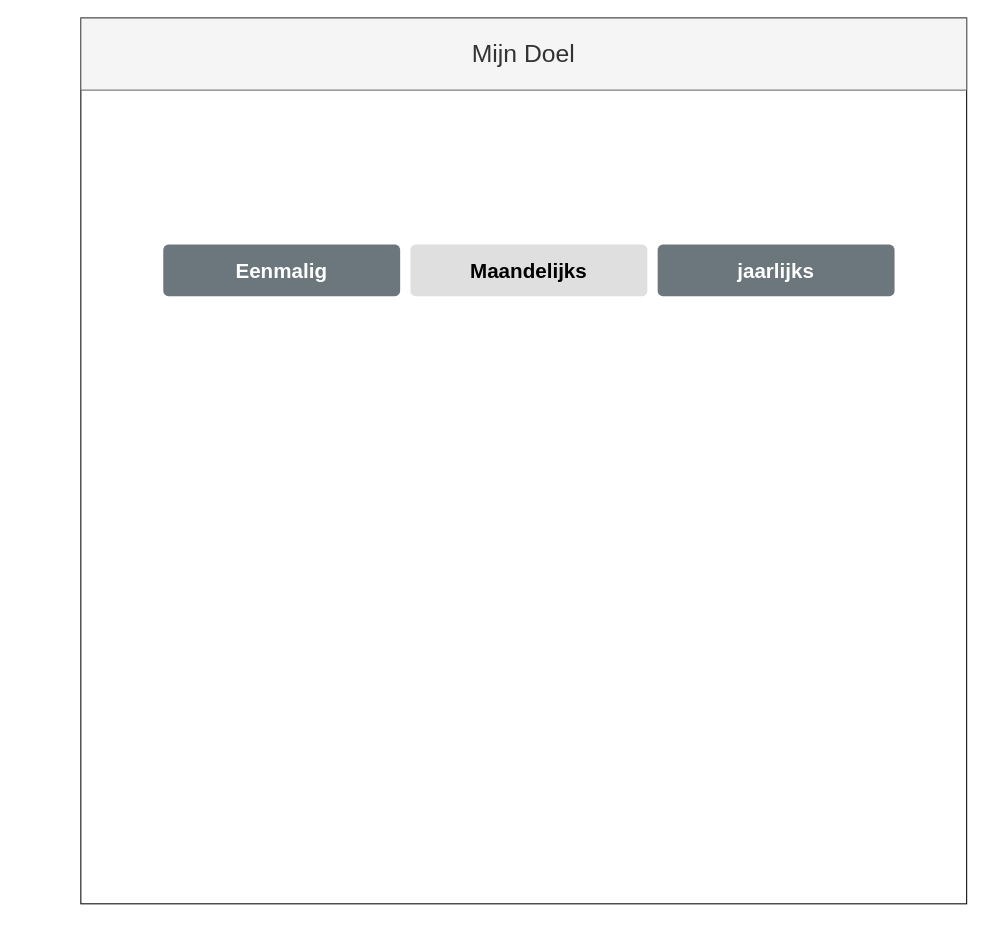
shafea87/mijnProject keeps this draw.io diagram as page "Mijn Doel" (3 of 5) of Untitled Diagram.drawio. Above is the earlier version. Source tidied: cells renumbered, new cells numbered last; positions are measured from the earlier drawing's top-left corner, leaving out a move shared by most shapes. Both pictures are drawn from the tidied source at 103%, with x=0, y=0 at pixel (80, 18).
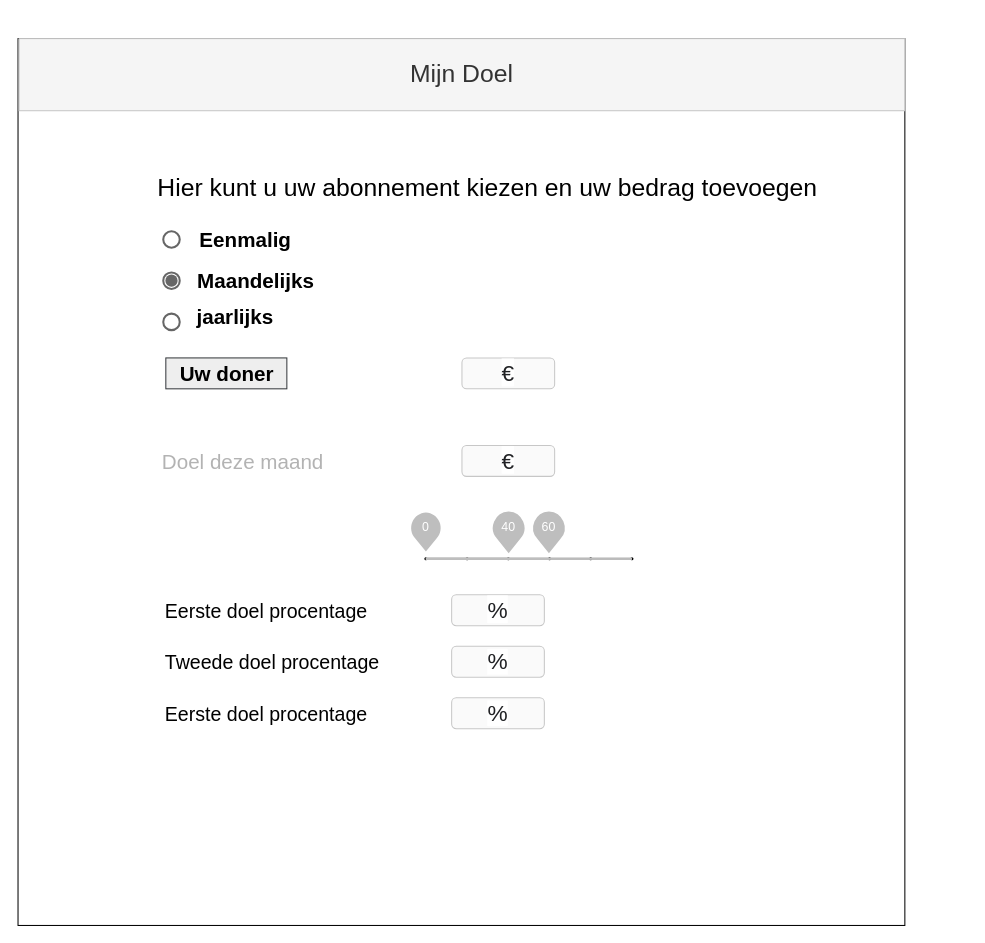
The same page after the edit.

What changed in the source:
```diff
@@
     <mxCell id="2" style="whiteSpace=wrap;html=1;strokeWidth=1;" parent="1" vertex="1">
-      <mxGeometry width="860" height="860" as="geometry" />
+      <mxGeometry x="-61" y="20" width="861" height="861" as="geometry" />
     </mxCell>
-    <mxCell id="3" value="&lt;font style=&quot;font-size: 24px&quot;&gt;Mijn Doel&lt;/font&gt;" style="text;html=1;strokeColor=#666666;fillColor=#f5f5f5;align=center;verticalAlign=middle;whiteSpace=wrap;rounded=0;fontColor=#333333;" parent="1" vertex="1">
-      <mxGeometry width="860" height="70" as="geometry" />
+    <mxCell id="3" value="&lt;font style=&quot;font-size: 24px&quot;&gt;Mijn Doel&lt;/font&gt;" style="text;html=1;strokeColor=#C7C7C7;fillColor=#f5f5f5;align=center;verticalAlign=middle;whiteSpace=wrap;fontColor=#333333;" parent="1" vertex="1">
+      <mxGeometry x="-60" y="20" width="860" height="70" as="geometry" />
     </mxCell>
+    <mxCell id="7" value="Doel deze maand" style="text;html=1;strokeColor=none;fillColor=none;align=center;verticalAlign=middle;whiteSpace=wrap;rounded=0;fontSize=20;fontColor=#B3B3B3;" parent="1" vertex="1">
+      <mxGeometry x="70" y="415" width="175" height="30" as="geometry" />
+    </mxCell>
+    <mxCell id="8" value="&lt;span style=&quot;color: rgb(32 , 33 , 36) ; font-family: &amp;#34;google sans&amp;#34; , &amp;#34;arial&amp;#34; , sans-serif ; background-color: rgb(255 , 255 , 255)&quot;&gt;&lt;font style=&quot;font-size: 22px&quot;&gt;€&lt;/font&gt;&lt;/span&gt;" style="rounded=1;whiteSpace=wrap;html=1;fontSize=24;fontColor=#000000;strokeColor=#C7C7C7;strokeWidth=1;fillColor=#FAFAFA;align=center;" parent="1" vertex="1">
+      <mxGeometry x="370" y="415" width="90" height="30" as="geometry" />
+    </mxCell>
+    <mxCell id="9" value="&lt;font style=&quot;font-size: 19px&quot;&gt;Eerste doel procentage&lt;/font&gt;" style="text;html=1;strokeColor=none;fillColor=none;align=left;verticalAlign=middle;whiteSpace=wrap;rounded=0;fontSize=24;fontColor=#000000;" parent="1" vertex="1">
+      <mxGeometry x="80" y="560" width="210" height="30" as="geometry" />
+    </mxCell>
+    <mxCell id="10" value="&lt;span style=&quot;color: rgb(32 , 33 , 36) ; font-family: &amp;#34;google sans&amp;#34; , &amp;#34;arial&amp;#34; , sans-serif ; background-color: rgb(255 , 255 , 255)&quot;&gt;&lt;font style=&quot;font-size: 22px&quot;&gt;%&lt;/font&gt;&lt;/span&gt;" style="rounded=1;whiteSpace=wrap;html=1;fontSize=24;fontColor=#000000;strokeColor=#C7C7C7;strokeWidth=1;fillColor=#FAFAFA;align=center;" parent="1" vertex="1">
+      <mxGeometry x="360" y="560" width="90" height="30" as="geometry" />
+    </mxCell>
+    <mxCell id="11" value="&lt;font style=&quot;font-size: 19px&quot;&gt;Tweede doel procentage&lt;/font&gt;" style="text;html=1;strokeColor=none;fillColor=none;align=left;verticalAlign=middle;whiteSpace=wrap;rounded=0;fontSize=24;fontColor=#000000;" parent="1" vertex="1">
+      <mxGeometry x="80" y="610" width="220" height="30" as="geometry" />
+    </mxCell>
+    <mxCell id="12" value="&lt;font style=&quot;font-size: 19px&quot;&gt;Eerste doel procentage&lt;/font&gt;" style="text;html=1;strokeColor=none;fillColor=none;align=left;verticalAlign=middle;whiteSpace=wrap;rounded=0;fontSize=24;fontColor=#000000;" parent="1" vertex="1">
+      <mxGeometry x="80" y="660" width="210" height="30" as="geometry" />
+    </mxCell>
+    <mxCell id="13" value="&lt;font color=&quot;#202124&quot; face=&quot;google sans, arial, sans-serif&quot;&gt;&lt;span style=&quot;font-size: 22px ; background-color: rgb(255 , 255 , 255)&quot;&gt;%&lt;/span&gt;&lt;/font&gt;" style="rounded=1;whiteSpace=wrap;html=1;fontSize=24;fontColor=#000000;strokeColor=#C7C7C7;strokeWidth=1;fillColor=#FAFAFA;align=center;" parent="1" vertex="1">
+      <mxGeometry x="360" y="610" width="90" height="30" as="geometry" />
+    </mxCell>
+    <mxCell id="14" value="&lt;font color=&quot;#202124&quot; face=&quot;google sans, arial, sans-serif&quot;&gt;&lt;span style=&quot;font-size: 22px ; background-color: rgb(255 , 255 , 255)&quot;&gt;%&lt;/span&gt;&lt;/font&gt;" style="rounded=1;whiteSpace=wrap;html=1;fontSize=24;fontColor=#000000;strokeColor=#C7C7C7;strokeWidth=1;fillColor=#FAFAFA;align=center;" parent="1" vertex="1">
+      <mxGeometry x="360" y="660" width="90" height="30" as="geometry" />
+    </mxCell>
+    <mxCell id="15" style="dashed=0;verticalLabelPosition=bottom;verticalAlign=top;align=center;shape=mxgraph.gmdl.sliderDiscreteDots;barPos=0;bright=1;strokeColor=#0F9D58;opacity=100;strokeWidth=2;fillColor=#0F9D58;handleSize=10;shadow=0;fontSize=12;fontColor=#ffffff;" parent="1" vertex="1">
+      <mxGeometry x="335" y="480" width="200" height="45" as="geometry" />
+    </mxCell>
+    <mxCell id="16" style="dashed=0;verticalLabelPosition=bottom;verticalAlign=top;align=center;shape=mxgraph.gmdl.sliderDiscrete;barPos=40.17;strokeColor=#BEBEBE;opacity=100;strokeWidth=2;fillColor=#BEBEBE;handleSize=10;shadow=0;fontSize=12;fontColor=#ffffff;" parent="1" vertex="1">
+      <mxGeometry x="335" y="480" width="200" height="45" as="geometry" />
+    </mxCell>
+    <mxCell id="17" style="dashed=0;verticalLabelPosition=bottom;verticalAlign=top;align=center;shape=mxgraph.gmdl.sliderDiscrete;barPos=59.72;strokeColor=#BEBEBE;opacity=100;strokeWidth=2;fillColor=#BEBEBE;handleSize=10;shadow=0;fontSize=12;fontColor=#ffffff;" parent="1" vertex="1">
+      <mxGeometry x="335" y="480" width="200" height="45" as="geometry" />
+    </mxCell>
+    <mxCell id="18" value="Hier kunt u uw abonnement kiezen en uw bedrag toevoegen" style="text;html=1;strokeColor=none;fillColor=none;align=center;verticalAlign=middle;whiteSpace=wrap;rounded=0;fontSize=24;fontColor=#000000;" parent="1" vertex="1">
+      <mxGeometry x="70" y="150" width="650" height="30" as="geometry" />
+    </mxCell>
+    <mxCell id="19" style="dashed=0;labelPosition=right;align=left;shape=mxgraph.gmdl.radiobutton;strokeColor=#676767;fillColor=#676767;strokeWidth=2;sketch=0;fontSize=24;fontColor=#000000;html=0;" parent="1" vertex="1">
+      <mxGeometry x="80" y="247" width="16" height="16" as="geometry" />
+    </mxCell>
+    <mxCell id="5" value="&lt;span style=&quot;font-size: 20px ; font-weight: 700&quot;&gt;Maandelijks&lt;/span&gt;" style="text;html=1;strokeColor=none;fillColor=none;align=center;verticalAlign=middle;whiteSpace=wrap;rounded=0;fontSize=24;fontColor=#000000;" parent="1" vertex="1">
+      <mxGeometry x="140" y="240" width="60" height="30" as="geometry" />
+    </mxCell>
+    <mxCell id="20" style="dashed=0;labelPosition=right;align=left;shape=mxgraph.gmdl.radiobutton;strokeColor=#666666;fillColor=none;strokeWidth=2;sketch=0;fontSize=24;fontColor=#000000;html=0;" parent="1" vertex="1">
+      <mxGeometry x="80" y="207" width="16" height="16" as="geometry" />
+    </mxCell>
-    <mxCell id="4" value="Eenmalig" style="html=1;shadow=0;dashed=0;shape=mxgraph.bootstrap.rrect;rSize=5;strokeColor=none;strokeWidth=1;fillColor=#6C767D;fontColor=#FFFFFF;whiteSpace=wrap;align=center;verticalAlign=middle;spacingLeft=0;fontStyle=1;fontSize=20;spacing=5;" parent="1" vertex="1">
-      <mxGeometry x="80" y="220" width="230" height="50" as="geometry" />
+    <mxCell id="4" value="&lt;span style=&quot;font-size: 20px ; font-weight: 700&quot;&gt;Eenmalig&lt;/span&gt;" style="text;html=1;strokeColor=none;fillColor=none;align=center;verticalAlign=middle;whiteSpace=wrap;rounded=0;fontSize=24;fontColor=#000000;" parent="1" vertex="1">
+      <mxGeometry x="130" y="200" width="60" height="30" as="geometry" />
     </mxCell>
-    <mxCell id="5" value="Maandelijks" style="html=1;shadow=0;dashed=0;shape=mxgraph.bootstrap.rrect;rSize=5;strokeColor=none;strokeWidth=1;fillColor=#DFDFDF;fontColor=#000000;whiteSpace=wrap;align=center;verticalAlign=middle;spacingLeft=0;fontStyle=1;fontSize=20;spacing=5;" parent="1" vertex="1">
-      <mxGeometry x="320" y="220" width="230" height="50" as="geometry" />
-    </mxCell>
+    <mxCell id="21" style="dashed=0;labelPosition=right;align=left;shape=mxgraph.gmdl.radiobutton;strokeColor=#666666;fillColor=none;strokeWidth=2;sketch=0;fontSize=24;fontColor=#000000;html=0;" parent="1" vertex="1">
+      <mxGeometry x="80" y="287" width="16" height="16" as="geometry" />
+    </mxCell>
-    <mxCell id="6" value="jaarlijks" style="html=1;shadow=0;dashed=0;shape=mxgraph.bootstrap.rrect;rSize=5;strokeColor=none;strokeWidth=1;fillColor=#6C767D;fontColor=#FFFFFF;whiteSpace=wrap;align=center;verticalAlign=middle;spacingLeft=0;fontStyle=1;fontSize=20;spacing=5;" parent="1" vertex="1">
-      <mxGeometry x="560" y="220" width="230" height="50" as="geometry" />
+    <mxCell id="6" value="&lt;span style=&quot;font-size: 20px ; font-weight: 700&quot;&gt;jaarlijks&lt;/span&gt;" style="text;html=1;strokeColor=none;fillColor=none;align=center;verticalAlign=middle;whiteSpace=wrap;rounded=0;fontSize=24;fontColor=#000000;" parent="1" vertex="1">
+      <mxGeometry x="120" y="275" width="60" height="30" as="geometry" />
     </mxCell>
+    <mxCell id="22" value="Uw doner" style="text;html=1;strokeColor=#36393d;fillColor=#eeeeee;align=center;verticalAlign=middle;whiteSpace=wrap;rounded=0;fontSize=20;fontStyle=1;" parent="1" vertex="1">
+      <mxGeometry x="82.5" y="330" width="117.5" height="30" as="geometry" />
+    </mxCell>
+    <mxCell id="23" value="&lt;span style=&quot;color: rgb(32 , 33 , 36) ; font-family: &amp;#34;google sans&amp;#34; , &amp;#34;arial&amp;#34; , sans-serif ; background-color: rgb(255 , 255 , 255)&quot;&gt;&lt;font style=&quot;font-size: 22px&quot;&gt;€&lt;/font&gt;&lt;/span&gt;" style="rounded=1;whiteSpace=wrap;html=1;fontSize=24;fontColor=#000000;strokeColor=#C7C7C7;strokeWidth=1;fillColor=#FAFAFA;align=center;" parent="1" vertex="1">
+      <mxGeometry x="370" y="330" width="90" height="30" as="geometry" />
+    </mxCell>
```
